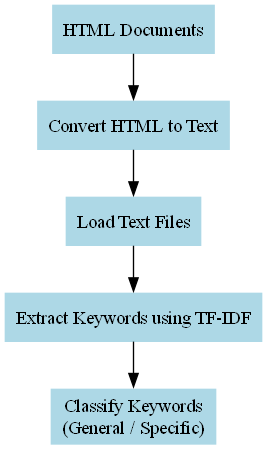
Before: workflow/workflow1.png, a diagram exported from Graphviz (semanticClimate/encyclopedia). Its source is kept beside it as workflow/workflow1.dot. Source of this version:
```dot
digraph KeywordExtractionWorkflow {
    rankdir=TB;  // Top to Bottom layout
    node [shape=box, style=filled, color=lightblue];

    A [label="HTML Documents"];
    B [label="Convert HTML to Text"];
    C [label="Load Text Files"];
    D [label="Extract Keywords using TF-IDF"];
    E [label="Classify Keywords\n(General / Specific)"];

    A -> B -> C -> D -> E;
}
```
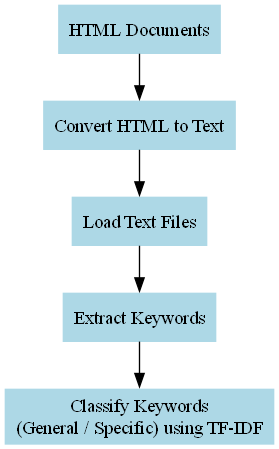
After the commit.

The edit, as a diff of the source:
```diff
@@ -5,8 +5,8 @@
     A [label="HTML Documents"];
     B [label="Convert HTML to Text"];
     C [label="Load Text Files"];
-    D [label="Extract Keywords using TF-IDF"];
-    E [label="Classify Keywords\n(General / Specific)"];
+    D [label="Extract Keywords"];
+    E [label="Classify Keywords\n(General / Specific) using TF-IDF"];
 
     A -> B -> C -> D -> E;
 }
```
